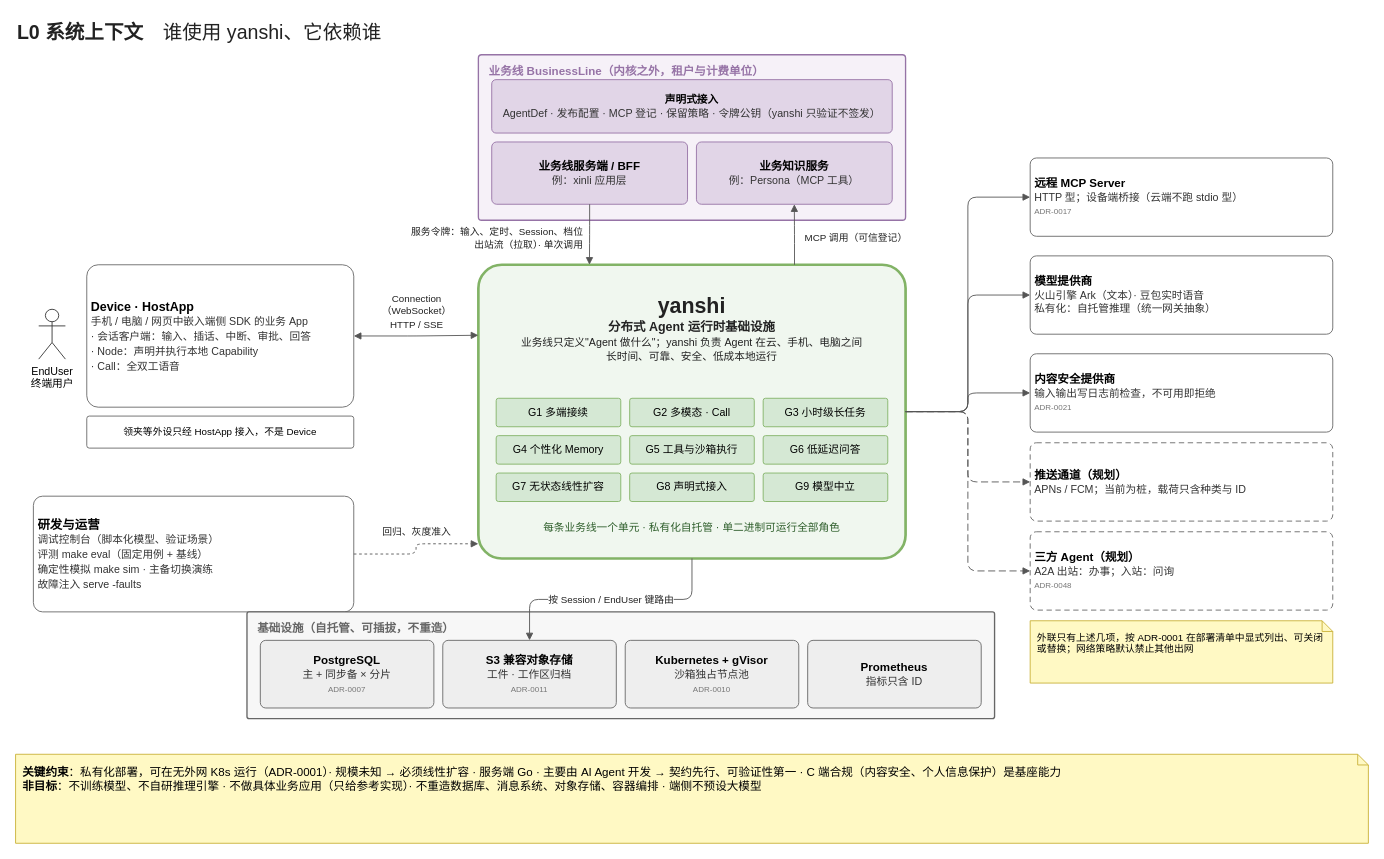
ruipengliu/yanshi keeps this draw.io diagram as page "01 L0 系统上下文" (2 of 15) of docs/architecture/yanshi-architecture.drawio. Above is the earlier version. Source tidied: cells renumbered, new cells numbered last; positions are measured from the earlier drawing's top-left corner, leaving out a move shared by most shapes. Both pictures are drawn from the tidied source at 89%, with x=0, y=0 at pixel (15, 15).
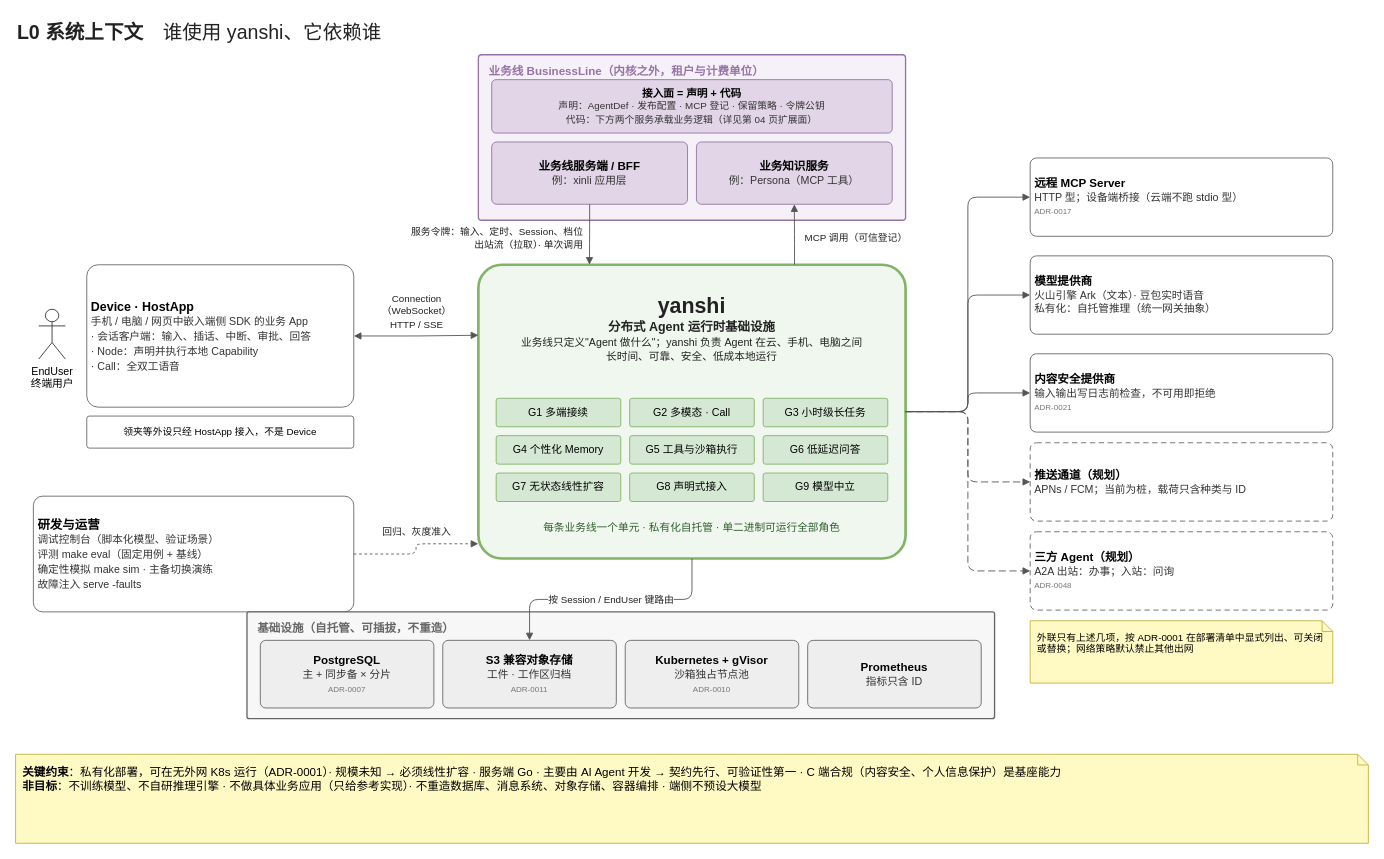
The same diagram, later.

Diff of the diagram source:
```diff
@@
-    <mxCell id="24" value="&lt;b&gt;声明式接入&lt;/b&gt;&lt;br&gt;&lt;span style=&quot;font-size:12px;color:#333333&quot;&gt;AgentDef · 发布配置 · MCP 登记 · 保留策略 · 令牌公钥（yanshi 只验证不签发）&lt;/span&gt;" style="rounded=1;arcSize=8;whiteSpace=wrap;html=1;fillColor=#e1d5e7;strokeColor=#9673a6;fontSize=12;align=center;verticalAlign=middle;spacing=5;" parent="1" vertex="1">
+    <mxCell id="24" value="&lt;b&gt;接入面 = 声明 + 代码&lt;/b&gt;&lt;br&gt;&lt;span style=&quot;font-size:11px;color:#333333&quot;&gt;声明：AgentDef · 发布配置 · MCP 登记 · 保留策略 · 令牌公钥&lt;br&gt;代码：下方两个服务承载业务逻辑（详见第 04 页扩展面）&lt;/span&gt;" style="rounded=1;arcSize=8;whiteSpace=wrap;html=1;fillColor=#e1d5e7;strokeColor=#9673a6;fontSize=12;align=center;verticalAlign=middle;spacing=5;" parent="1" vertex="1">
       <mxGeometry x="535" y="72" width="450" height="60" as="geometry" />
     </mxCell>
```
